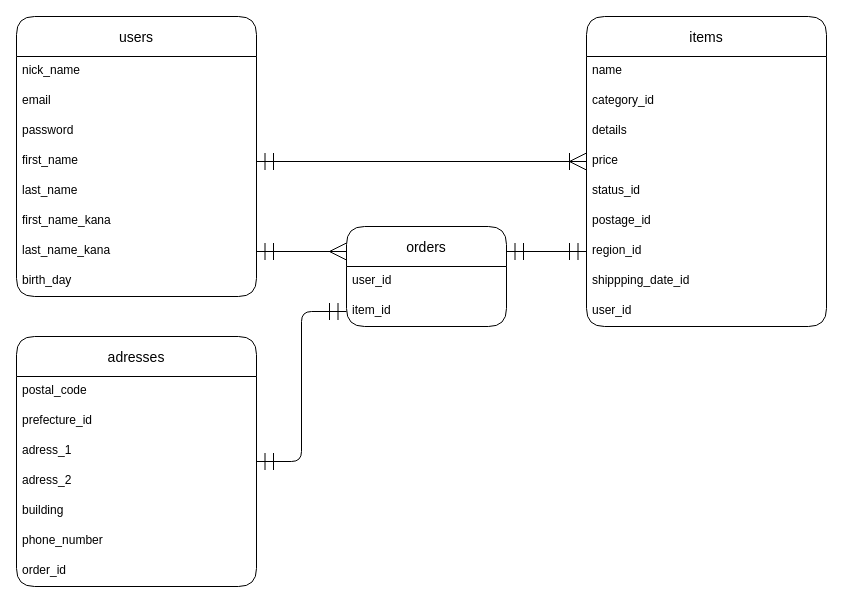
This is furima.dio from ogaki0612/furima-31903, a draw.io file, before an edit. Source tidied: cells renumbered, new cells numbered last; positions are measured from the earlier drawing's top-left corner, leaving out a move shared by most shapes. Both pictures are drawn from the tidied source at 100%, with x=0, y=0 at pixel (16, 16).
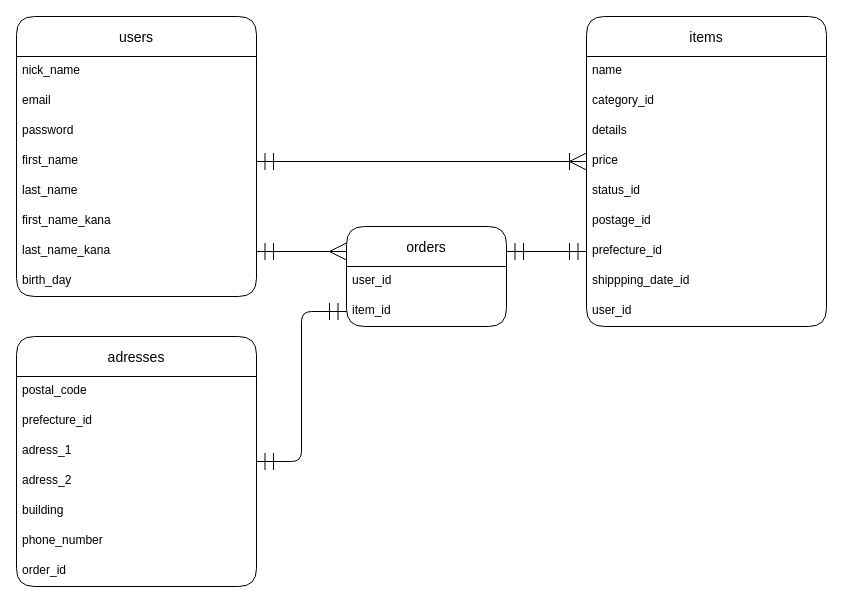
After the change.

The change refers to these unchanged cells:
```xml
<mxCell id="11" value="items" style="swimlane;fontStyle=0;horizontal=1;startSize=40;align=center;fontSize=14;rounded=1;" parent="1" vertex="1">
  <mxGeometry x="570" width="240" height="310" as="geometry" />
</mxCell>
```

Change to the diagram source:
```diff
@@
-    <mxCell id="18" value="region_id" style="text;strokeColor=none;fillColor=none;spacingLeft=4;spacingRight=4;overflow=hidden;points=[[0,0.5],[1,0.5]];portConstraint=eastwest;fontSize=12;rounded=1;" parent="11" vertex="1">
+    <mxCell id="18" value="prefecture_id" style="text;strokeColor=none;fillColor=none;spacingLeft=4;spacingRight=4;overflow=hidden;points=[[0,0.5],[1,0.5]];portConstraint=eastwest;fontSize=12;rounded=1;" parent="11" vertex="1">
       <mxGeometry y="220" width="240" height="30" as="geometry" />
     </mxCell>
```
